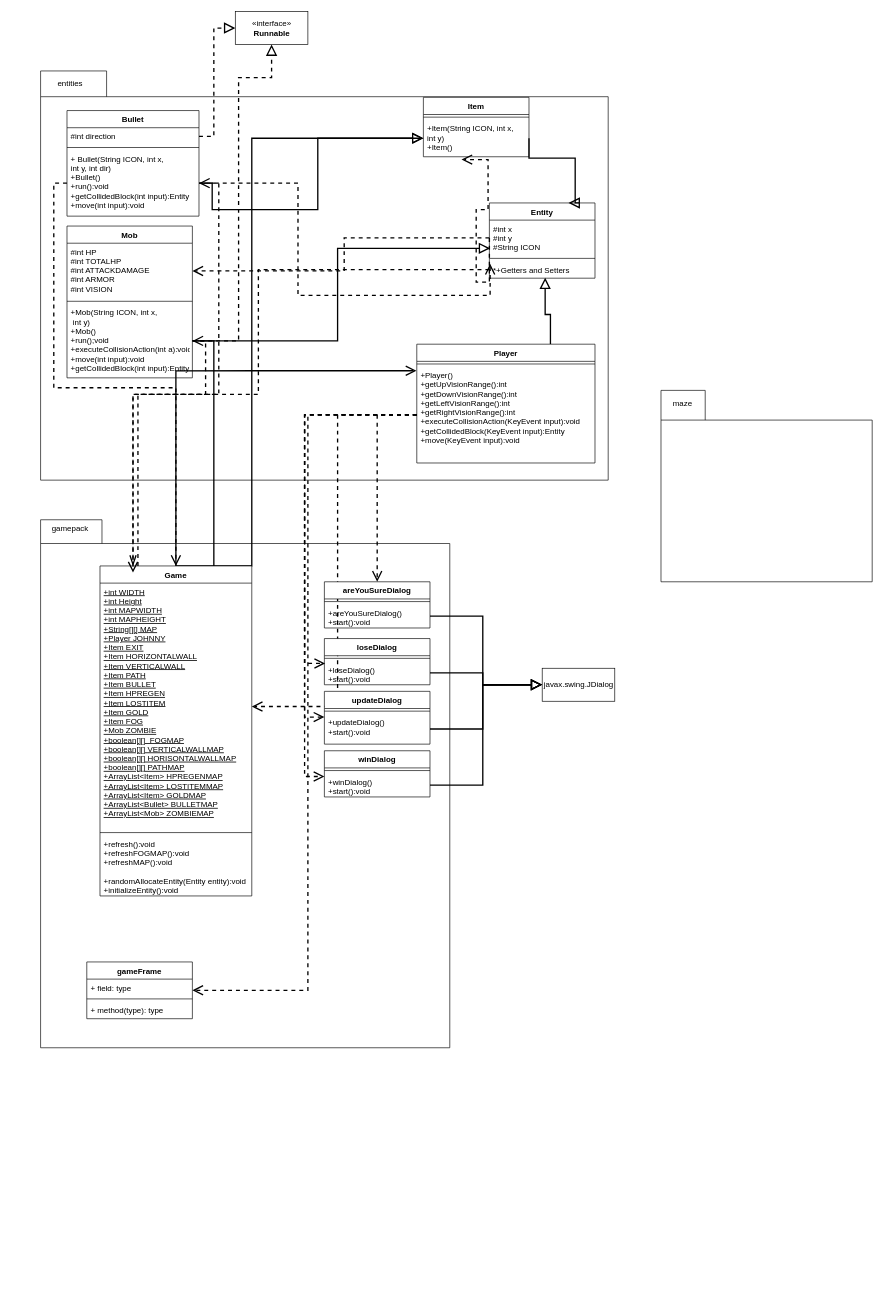
Earlier version of the draw.io diagram MazeRunnerDiagram.drawio (Sebulon/Analyzing_Maze_Runner). Source tidied: cells renumbered, new cells numbered last; positions are measured from the earlier drawing's top-left corner, leaving out a move shared by most shapes. Both pictures are drawn from the tidied source at 66%, with x=0, y=0 at pixel (40, 11).
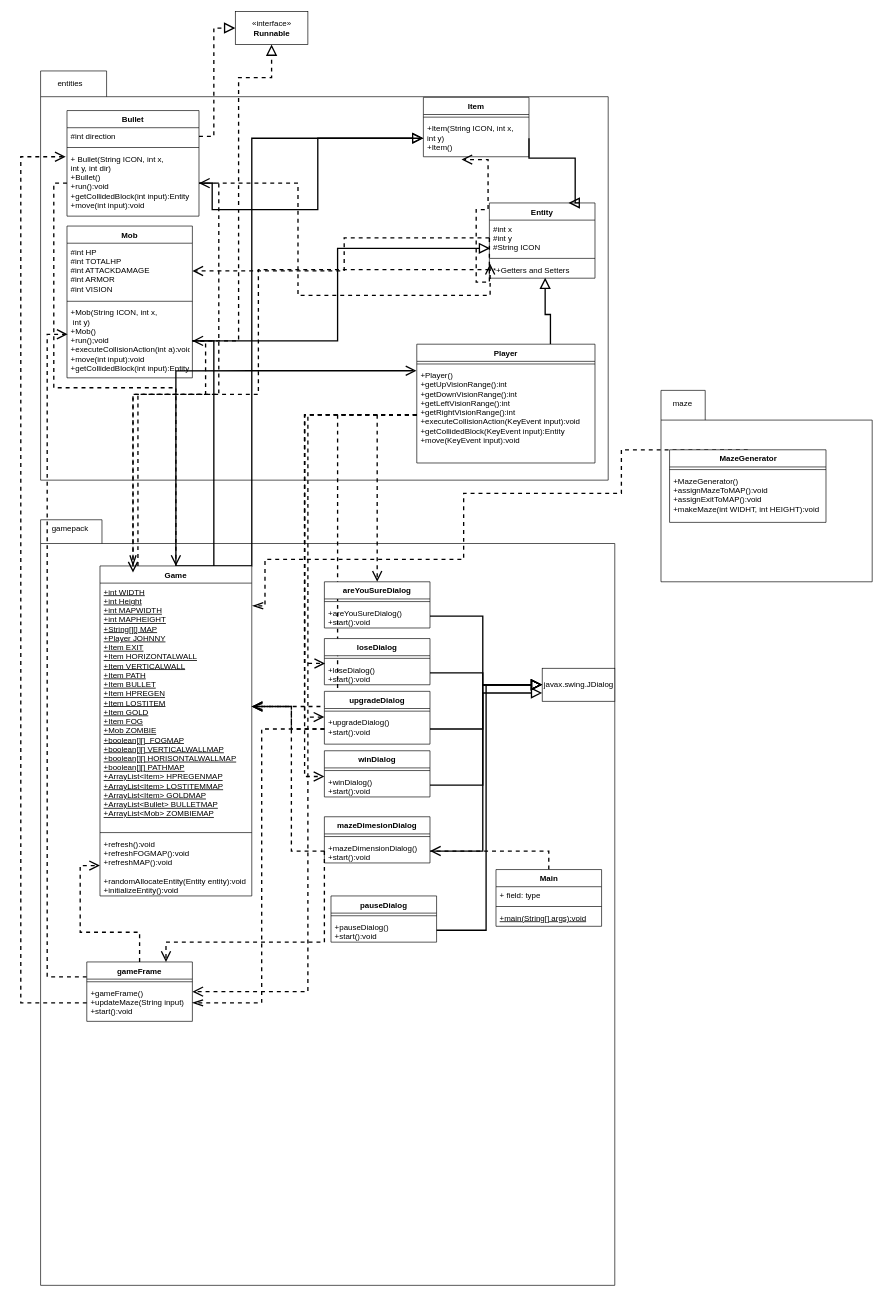
The same page after the edit.

The change refers to these unchanged cells:
```xml
<mxCell id="12" value="+ Bullet(String ICON, int x, &#10;int y, int dir)&#10;+Bullet()&#10;+run():void&#10;+getCollidedBlock(int input):Entity&#10;+move(int input):void" style="text;strokeColor=none;fillColor=none;align=left;verticalAlign=top;spacingLeft=4;spacingRight=4;overflow=hidden;points=[[0,0.5],[1,0.5]];portConstraint=eastwest;" parent="9" vertex="1">
  <mxGeometry y="60" width="200" height="100" as="geometry" />
</mxCell>
<mxCell id="23" value="+int WIDTH&#10;+int Height&#10;+int MAPWIDTH&#10;+int MAPHEIGHT&#10;+String[][] MAP&#10;+Player JOHNNY&#10;+Item EXIT&#10;+Item HORIZONTALWALL&#10;+Item VERTICALWALL&#10;+Item PATH&#10;+Item BULLET&#10;+Item HPREGEN&#10;+Item LOSTITEM&#10;+Item GOLD&#10;+Item FOG&#10;+Mob ZOMBIE&#10;+boolean[][]  FOGMAP&#10;+boolean[][] VERTICALWALLMAP&#10;+boolean[][] HORISONTALWALLMAP&#10;+boolean[][] PATHMAP&#10;+ArrayList&lt;Item&gt; HPREGENMAP&#10;+ArrayList&lt;Item&gt; LOSTITEMMAP&#10;+ArrayList&lt;Item&gt; GOLDMAP&#10;+ArrayList&lt;Bullet&gt; BULLETMAP&#10;+ArrayList&lt;Mob&gt; ZOMBIEMAP" style="text;strokeColor=none;fillColor=none;align=left;verticalAlign=top;spacingLeft=4;spacingRight=4;overflow=hidden;points=[[0,0.5],[1,0.5]];portConstraint=eastwest;fontStyle=4;" parent="22" vertex="1">
  <mxGeometry y="26" width="230" height="374" as="geometry" />
</mxCell>
<mxCell id="25" value="+refresh():void&#10;+refreshFOGMAP():void&#10;+refreshMAP():void&#10;&#10;+randomAllocateEntity(Entity entity):void&#10;+initializeEntity():void" style="text;strokeColor=none;fillColor=none;align=left;verticalAlign=top;spacingLeft=4;spacingRight=4;overflow=hidden;points=[[0,0.5],[1,0.5]];portConstraint=eastwest;fontStyle=0;" parent="22" vertex="1">
  <mxGeometry y="408" width="230" height="92" as="geometry" />
</mxCell>
<mxCell id="36" value="+Mob(String ICON, int x,&#10; int y)&#10;+Mob()&#10;+run();void&#10;+executeCollisionAction(int a):void&#10;+move(int input):void&#10;+getCollidedBlock(int input):Entity" style="text;strokeColor=none;fillColor=none;align=left;verticalAlign=top;spacingLeft=4;spacingRight=4;overflow=hidden;points=[[0,0.5],[1,0.5]];portConstraint=eastwest;" parent="33" vertex="1">
  <mxGeometry y="118" width="190" height="112" as="geometry" />
</mxCell>
<mxCell id="69" value="javax.swing.JDialog" style="html=1;" parent="1" vertex="1">
  <mxGeometry x="760" y="995" width="110" height="50" as="geometry" />
</mxCell>
```

Change to the diagram source:
```diff
@@
     <mxCell id="4" style="shape=folder;fontStyle=1;spacingTop=10;tabWidth=93;tabHeight=36;tabPosition=left;html=1;" parent="1" vertex="1">
-      <mxGeometry y="770" width="620" height="800" as="geometry" />
+      <mxGeometry y="770" width="870" height="1160" as="geometry" />
     </mxCell>
@@
+    <mxCell id="74" style="edgeStyle=orthogonalEdgeStyle;rounded=0;jumpSize=6;jettySize=auto;html=1;exitX=0.5;exitY=0;exitDx=0;exitDy=0;dashed=1;endArrow=open;endFill=0;endSize=12;targetPerimeterSpacing=0;strokeWidth=2;" parent="1" edge="1" source="56" target="25">
+      <mxGeometry relative="1" as="geometry" />
+    </mxCell>
+    <mxCell id="75" style="edgeStyle=orthogonalEdgeStyle;rounded=0;jumpSize=6;jettySize=auto;html=1;exitX=0;exitY=0.25;exitDx=0;exitDy=0;entryX=0.005;entryY=0.411;entryDx=0;entryDy=0;entryPerimeter=0;dashed=1;endArrow=open;endFill=0;endSize=12;targetPerimeterSpacing=0;strokeWidth=2;" parent="1" edge="1" source="56" target="36">
+      <mxGeometry relative="1" as="geometry" />
+    </mxCell>
     <mxCell id="56" value="gameFrame" style="swimlane;fontStyle=1;align=center;verticalAlign=top;horizontal=1;startSize=26;" parent="1" vertex="1">
-      <mxGeometry x="70" y="1440" width="160" height="86" as="geometry" />
+      <mxGeometry x="70" y="1440" width="160" height="90" as="geometry" />
     </mxCell>
-    <mxCell id="57" value="+ field: type" style="text;strokeColor=none;fillColor=none;align=left;verticalAlign=top;spacingLeft=4;spacingRight=4;overflow=hidden;" parent="56" vertex="1">
-      <mxGeometry y="26" width="160" height="26" as="geometry" />
-    </mxCell>
     <mxCell id="58" style="line;strokeWidth=1;fillColor=none;align=left;verticalAlign=middle;spacingTop=-1;spacingLeft=3;spacingRight=3;labelPosition=right;" parent="56" vertex="1">
-      <mxGeometry y="52" width="160" height="8" as="geometry" />
+      <mxGeometry y="26" width="160" height="8" as="geometry" />
     </mxCell>
-    <mxCell id="59" value="+ method(type): type" style="text;strokeColor=none;fillColor=none;align=left;verticalAlign=top;spacingLeft=4;spacingRight=4;overflow=hidden;points=[[0,0.5],[1,0.5]];portConstraint=eastwest;" parent="56" vertex="1">
-      <mxGeometry y="60" width="160" height="26" as="geometry" />
+    <mxCell id="59" value="+gameFrame()&#10;+updateMaze(String input)&#10;+start():void" style="text;strokeColor=none;fillColor=none;align=left;verticalAlign=top;spacingLeft=4;spacingRight=4;overflow=hidden;points=[[0,0.5],[1,0.5]];portConstraint=eastwest;" parent="56" vertex="1">
+      <mxGeometry y="34" width="160" height="56" as="geometry" />
     </mxCell>
@@
-    <mxCell id="61" value="updateDialog" style="swimlane;fontStyle=1;align=center;verticalAlign=top;horizontal=1;startSize=26;" parent="1" vertex="1">
+    <mxCell id="61" value="upgradeDialog" style="swimlane;fontStyle=1;align=center;verticalAlign=top;horizontal=1;startSize=26;" parent="1" vertex="1">
       <mxGeometry x="430" y="1030" width="160" height="80" as="geometry" />
     </mxCell>
@@
-    <mxCell id="63" value="+updateDialog()&#10;+start():void" style="text;strokeColor=none;fillColor=none;align=left;verticalAlign=top;spacingLeft=4;spacingRight=4;overflow=hidden;points=[[0,0.5],[1,0.5]];portConstraint=eastwest;" parent="61" vertex="1">
+    <mxCell id="63" value="+upgradeDialog()&#10;+start():void" style="text;strokeColor=none;fillColor=none;align=left;verticalAlign=top;spacingLeft=4;spacingRight=4;overflow=hidden;points=[[0,0.5],[1,0.5]];portConstraint=eastwest;" parent="61" vertex="1">
       <mxGeometry y="34" width="160" height="46" as="geometry" />
     </mxCell>
@@
+    <mxCell id="76" style="edgeStyle=orthogonalEdgeStyle;rounded=0;jumpSize=6;jettySize=auto;html=1;exitX=0;exitY=0.5;exitDx=0;exitDy=0;entryX=-0.01;entryY=0.1;entryDx=0;entryDy=0;entryPerimeter=0;dashed=1;endArrow=open;endFill=0;endSize=12;targetPerimeterSpacing=0;strokeWidth=2;" parent="1" edge="1" source="59" target="12">
+      <mxGeometry relative="1" as="geometry">
+        <Array as="points">
+          <mxPoint x="-30" y="1502" />
+          <mxPoint x="-30" y="220" />
+        </Array>
+      </mxGeometry>
+    </mxCell>
+    <mxCell id="77" style="edgeStyle=orthogonalEdgeStyle;rounded=0;jumpSize=6;jettySize=auto;html=1;exitX=0.5;exitY=0;exitDx=0;exitDy=0;dashed=1;endArrow=open;endFill=0;endSize=12;targetPerimeterSpacing=0;strokeWidth=2;" parent="1" edge="1" source="78" target="83">
+      <mxGeometry relative="1" as="geometry" />
+    </mxCell>
+    <mxCell id="78" value="Main" style="swimlane;fontStyle=1;align=center;verticalAlign=top;horizontal=1;startSize=26;html=1;" parent="1" vertex="1">
+      <mxGeometry x="690" y="1300" width="160" height="86" as="geometry" />
+    </mxCell>
+    <mxCell id="57" value="+ field: type" style="text;strokeColor=none;fillColor=none;align=left;verticalAlign=top;spacingLeft=4;spacingRight=4;overflow=hidden;" parent="78" vertex="1">
+      <mxGeometry y="26" width="160" height="26" as="geometry" />
+    </mxCell>
+    <mxCell id="79" style="line;strokeWidth=1;fillColor=none;align=left;verticalAlign=middle;spacingTop=-1;spacingLeft=3;spacingRight=3;labelPosition=right;" parent="78" vertex="1">
+      <mxGeometry y="52" width="160" height="8" as="geometry" />
+    </mxCell>
+    <mxCell id="80" value="+main(String[] args):void" style="text;strokeColor=none;fillColor=none;align=left;verticalAlign=top;spacingLeft=4;spacingRight=4;overflow=hidden;fontStyle=4;" parent="78" vertex="1">
+      <mxGeometry y="60" width="160" height="26" as="geometry" />
+    </mxCell>
+    <mxCell id="81" value="mazeDimesionDialog" style="swimlane;fontStyle=1;align=center;verticalAlign=top;horizontal=1;startSize=26;" parent="1" vertex="1">
+      <mxGeometry x="430" y="1220" width="160" height="70" as="geometry" />
+    </mxCell>
+    <mxCell id="82" style="line;strokeWidth=1;fillColor=none;align=left;verticalAlign=middle;spacingTop=-1;spacingLeft=3;spacingRight=3;labelPosition=right;" parent="81" vertex="1">
+      <mxGeometry y="26" width="160" height="8" as="geometry" />
+    </mxCell>
+    <mxCell id="83" value="+mazeDimensionDialog()&#10;+start():void" style="text;strokeColor=none;fillColor=none;align=left;verticalAlign=top;spacingLeft=4;spacingRight=4;overflow=hidden;points=[[0,0.5],[1,0.5]];portConstraint=eastwest;" parent="81" vertex="1">
+      <mxGeometry y="34" width="160" height="36" as="geometry" />
+    </mxCell>
+    <mxCell id="84" style="edgeStyle=orthogonalEdgeStyle;rounded=0;jumpSize=6;jettySize=auto;html=1;exitX=0;exitY=0.5;exitDx=0;exitDy=0;entryX=0.75;entryY=0;entryDx=0;entryDy=0;dashed=1;endArrow=open;endFill=0;endSize=12;targetPerimeterSpacing=0;strokeWidth=2;" parent="1" edge="1" source="83" target="56">
+      <mxGeometry relative="1" as="geometry">
+        <Array as="points">
+          <mxPoint x="430" y="1410" />
+          <mxPoint x="190" y="1410" />
+        </Array>
+      </mxGeometry>
+    </mxCell>
+    <mxCell id="85" style="edgeStyle=orthogonalEdgeStyle;rounded=0;jumpSize=6;jettySize=auto;html=1;exitX=0;exitY=0.5;exitDx=0;exitDy=0;dashed=1;endArrow=open;endFill=0;endSize=12;targetPerimeterSpacing=0;strokeWidth=2;" parent="1" edge="1" source="83" target="23">
+      <mxGeometry relative="1" as="geometry" />
+    </mxCell>
+    <mxCell id="86" value="pauseDialog" style="swimlane;fontStyle=1;align=center;verticalAlign=top;horizontal=1;startSize=26;" parent="1" vertex="1">
+      <mxGeometry x="440" y="1340" width="160" height="70" as="geometry" />
+    </mxCell>
+    <mxCell id="87" style="line;strokeWidth=1;fillColor=none;align=left;verticalAlign=middle;spacingTop=-1;spacingLeft=3;spacingRight=3;labelPosition=right;" parent="86" vertex="1">
+      <mxGeometry y="26" width="160" height="8" as="geometry" />
+    </mxCell>
+    <mxCell id="88" value="+pauseDialog()&#10;+start():void" style="text;strokeColor=none;fillColor=none;align=left;verticalAlign=top;spacingLeft=4;spacingRight=4;overflow=hidden;points=[[0,0.5],[1,0.5]];portConstraint=eastwest;" parent="86" vertex="1">
+      <mxGeometry y="34" width="160" height="36" as="geometry" />
+    </mxCell>
+    <mxCell id="89" style="edgeStyle=orthogonalEdgeStyle;rounded=0;jumpSize=6;jettySize=auto;html=1;exitX=1;exitY=0.5;exitDx=0;exitDy=0;entryX=0;entryY=0.75;entryDx=0;entryDy=0;endArrow=block;endFill=0;endSize=12;targetPerimeterSpacing=0;strokeWidth=2;" parent="1" edge="1" source="83" target="69">
+      <mxGeometry relative="1" as="geometry" />
+    </mxCell>
+    <mxCell id="90" style="edgeStyle=orthogonalEdgeStyle;rounded=0;jumpSize=6;jettySize=auto;html=1;exitX=1;exitY=0.5;exitDx=0;exitDy=0;entryX=0;entryY=0.5;entryDx=0;entryDy=0;endArrow=block;endFill=0;endSize=12;targetPerimeterSpacing=0;strokeWidth=2;" parent="1" edge="1" source="88" target="69">
+      <mxGeometry relative="1" as="geometry" />
+    </mxCell>
+    <mxCell id="91" style="edgeStyle=orthogonalEdgeStyle;rounded=0;jumpSize=6;jettySize=auto;html=1;exitX=0;exitY=0.5;exitDx=0;exitDy=0;endArrow=openThin;endFill=0;endSize=12;targetPerimeterSpacing=0;strokeWidth=2;dashed=1;" parent="1" edge="1" source="63" target="23">
+      <mxGeometry relative="1" as="geometry" />
+    </mxCell>
+    <mxCell id="92" style="edgeStyle=orthogonalEdgeStyle;rounded=0;jumpSize=6;jettySize=auto;html=1;exitX=0;exitY=0.5;exitDx=0;exitDy=0;dashed=1;endArrow=openThin;endFill=0;endSize=12;targetPerimeterSpacing=0;strokeWidth=2;" parent="1" edge="1" source="63" target="59">
+      <mxGeometry relative="1" as="geometry" />
+    </mxCell>
+    <mxCell id="93" style="edgeStyle=orthogonalEdgeStyle;rounded=0;jumpSize=6;jettySize=auto;html=1;exitX=0.5;exitY=0;exitDx=0;exitDy=0;entryX=1.005;entryY=0.092;entryDx=0;entryDy=0;entryPerimeter=0;dashed=1;endArrow=openThin;endFill=0;endSize=12;targetPerimeterSpacing=0;strokeWidth=2;" parent="1" edge="1" source="94" target="23">
+      <mxGeometry relative="1" as="geometry">
+        <Array as="points">
+          <mxPoint x="880" y="664" />
+          <mxPoint x="880" y="730" />
+          <mxPoint x="641" y="730" />
+          <mxPoint x="641" y="830" />
+          <mxPoint x="340" y="830" />
+          <mxPoint x="340" y="900" />
+        </Array>
+      </mxGeometry>
+    </mxCell>
+    <mxCell id="94" value="MazeGenerator" style="swimlane;fontStyle=1;align=center;verticalAlign=top;horizontal=1;startSize=26;html=1;" parent="1" vertex="1">
+      <mxGeometry x="953" y="664" width="237" height="110" as="geometry" />
+    </mxCell>
+    <mxCell id="95" style="line;strokeWidth=1;fillColor=none;align=left;verticalAlign=middle;spacingTop=-1;spacingLeft=3;spacingRight=3;labelPosition=right;" parent="94" vertex="1">
+      <mxGeometry y="26" width="237" height="8" as="geometry" />
+    </mxCell>
+    <mxCell id="96" value="+MazeGenerator()&#10;+assignMazeToMAP():void&#10;+assignExitToMAP():void&#10;+makeMaze(int WIDHT, int HEIGHT):void" style="text;strokeColor=none;fillColor=none;align=left;verticalAlign=top;spacingLeft=4;spacingRight=4;overflow=hidden;" parent="94" vertex="1">
+      <mxGeometry y="34" width="237" height="76" as="geometry" />
+    </mxCell>
```
